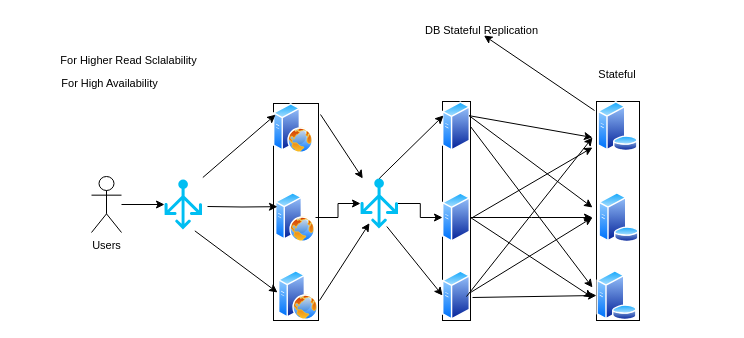
Earlier version of the draw.io diagram DB_Replication.drawio (dev-resources-millenium/ReferencesForEnterpriseApps). Source tidied: cells renumbered, new cells numbered last; positions are measured from the earlier drawing's top-left corner, leaving out a move shared by most shapes. Both pictures are drawn from the tidied source at 100%, with x=0, y=0 at pixel (17, 17).
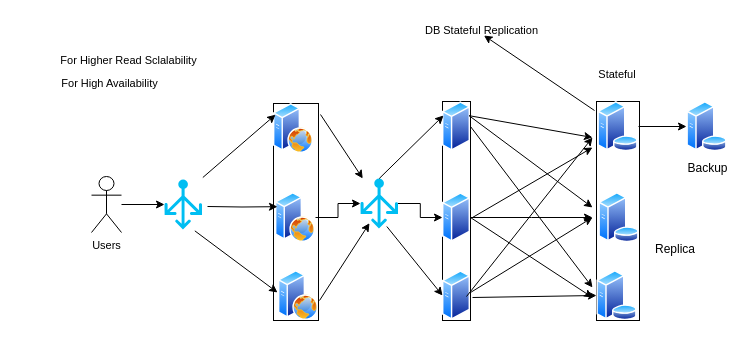
After the change.

The change refers to these unchanged cells:
```xml
<mxCell id="12" style="image;perimeter=ellipsePerimeter;html=1;align=center;shadow=0;dashed=0;spacingTop=3;image=img/lib/active_directory/database_server.svg;" parent="10" vertex="1">
  <mxGeometry x="1" width="41" height="50" as="geometry" />
</mxCell>
```

What changed in the source:
```diff
@@
+    <mxCell id="41" value="Backup" style="image;perimeter=ellipsePerimeter;html=1;align=center;shadow=0;dashed=0;spacingTop=3;image=img/lib/active_directory/database_server.svg;" parent="1" vertex="1">
+      <mxGeometry x="669" y="84" width="41" height="50" as="geometry" />
+    </mxCell>
+    <mxCell id="42" value="Replica" style="text;html=1;strokeColor=none;fillColor=none;align=center;verticalAlign=middle;whiteSpace=wrap;rounded=0;" parent="1" vertex="1">
+      <mxGeometry x="628" y="217" width="60" height="30" as="geometry" />
+    </mxCell>
+    <mxCell id="43" style="edgeStyle=orthogonalEdgeStyle;rounded=0;jettySize=auto;html=1;" parent="1" edge="1" source="12" target="41">
+      <mxGeometry relative="1" as="geometry" />
+    </mxCell>
```
